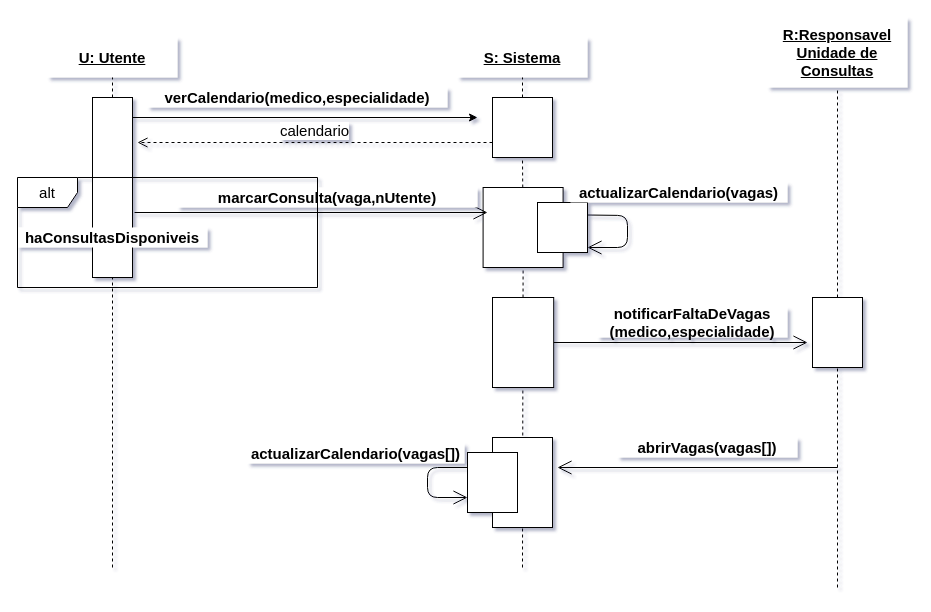
This is DiagramasDeSequencia-MarcarConsultas.drawio from getSierralta/Si-Centro-Hospitalar-Upskill, a draw.io file, before an edit. Source tidied: cells renumbered, new cells numbered last; positions are measured from the earlier drawing's top-left corner, leaving out a move shared by most shapes. Both pictures are drawn from the tidied source at 100%, with x=0, y=0 at pixel (17, 17).
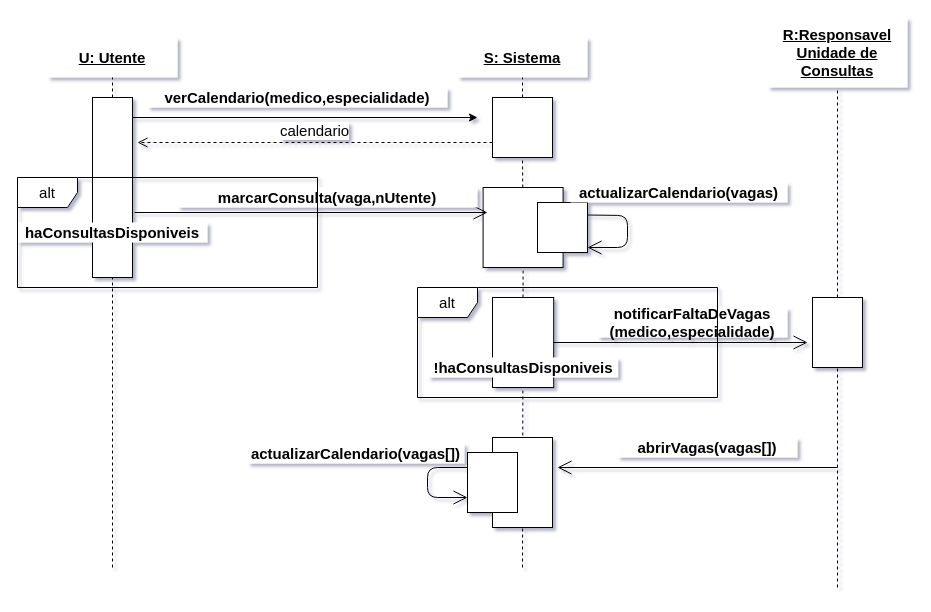
The same diagram, later.

Commit message (it also covers changes not shown here):
pequenas alteraçoes

What changed in the source:
```diff
@@
     <mxCell id="19" value="&lt;b&gt;haConsultasDisponiveis&lt;/b&gt;" style="text;html=1;strokeColor=none;align=center;verticalAlign=middle;whiteSpace=wrap;rounded=0;fontSize=15;fillColor=#ffffff;" parent="1" vertex="1">
-      <mxGeometry y="210" width="190" height="20" as="geometry" />
+      <mxGeometry y="205" width="190" height="20" as="geometry" />
     </mxCell>
@@
+    <mxCell id="35" value="alt" style="shape=umlFrame;whiteSpace=wrap;html=1;fillColor=#ffffff;fontSize=15;" parent="1" vertex="1">
+      <mxGeometry x="400" y="270" width="300" height="110" as="geometry" />
+    </mxCell>
+    <mxCell id="36" value="&lt;b&gt;!haConsultasDisponiveis&lt;/b&gt;" style="text;html=1;strokeColor=none;align=center;verticalAlign=middle;whiteSpace=wrap;rounded=0;fontSize=15;fillColor=#ffffff;" parent="1" vertex="1">
+      <mxGeometry x="410.6" y="340" width="190" height="20" as="geometry" />
+    </mxCell>
```
